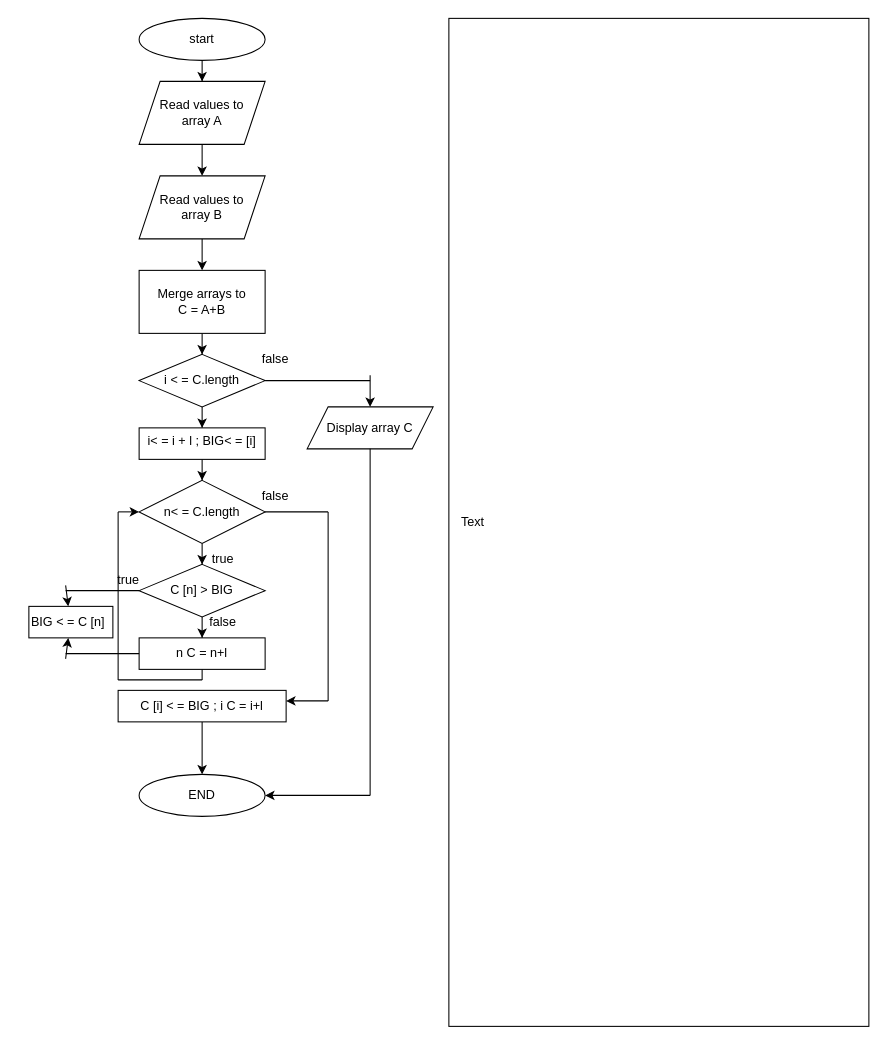
Above: Untitled Diagram.drawio in n-fry/Turtle (draw.io), before the change. Source tidied: cells renumbered, new cells numbered last; positions are measured from the earlier drawing's top-left corner, leaving out a move shared by most shapes. Both pictures are drawn from the tidied source at 105%, with x=0, y=0 at pixel (18, 18).
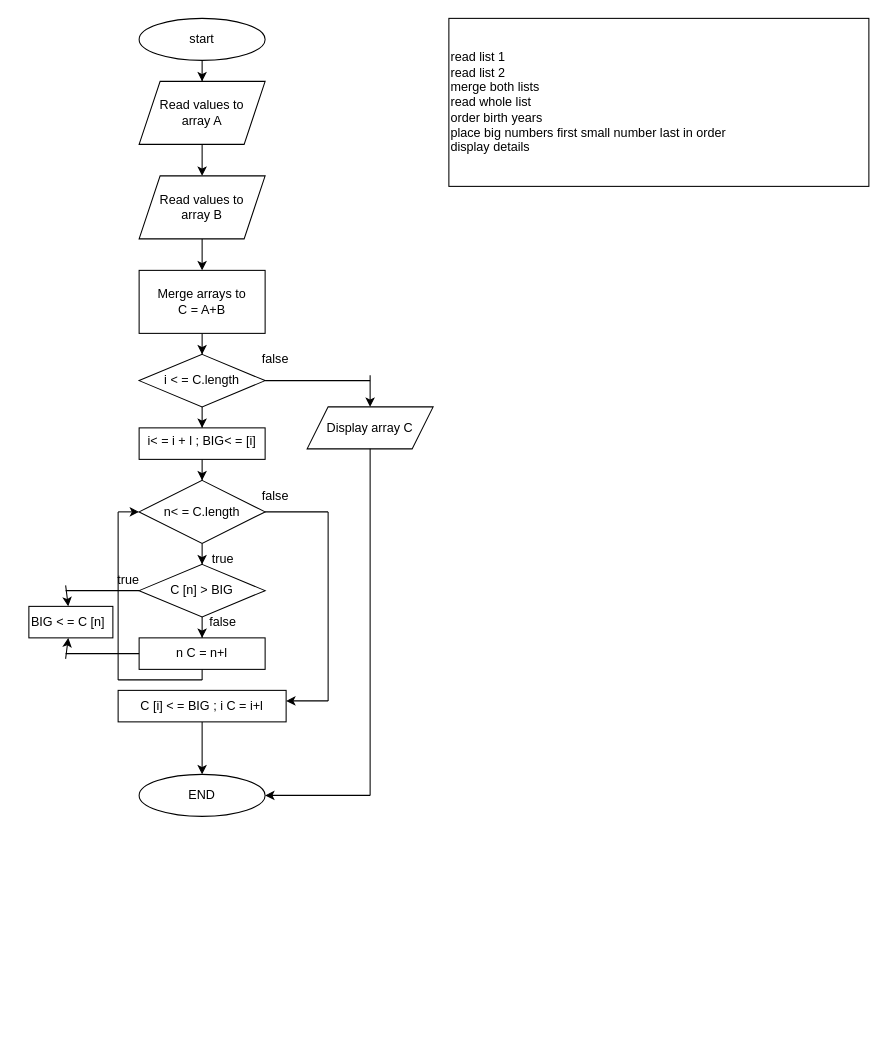
The same page after the edit.

Diff of the diagram source:
```diff
@@
     <mxCell id="57" style="rounded=0;whiteSpace=wrap;html=1;" parent="1" vertex="1">
-      <mxGeometry x="410" width="400" height="960" as="geometry" />
+      <mxGeometry x="410" width="400" height="160" as="geometry" />
     </mxCell>
-    <mxCell id="58" value="Text" style="text;html=1;strokeColor=none;fillColor=none;align=left;verticalAlign=middle;whiteSpace=wrap;rounded=0;" parent="1" vertex="1">
-      <mxGeometry x="420" y="20" width="380" height="920" as="geometry" />
+    <mxCell id="58" value="read list 1&lt;br&gt;read list 2&lt;br&gt;merge both lists&lt;br&gt;read whole list&lt;br&gt;order birth years&lt;br&gt;place big numbers first small number last in order&lt;br&gt;display details" style="text;html=1;strokeColor=none;fillColor=none;align=left;verticalAlign=middle;whiteSpace=wrap;rounded=0;" parent="1" vertex="1">
+      <mxGeometry x="410" y="15" width="380" height="130" as="geometry" />
     </mxCell>
```
